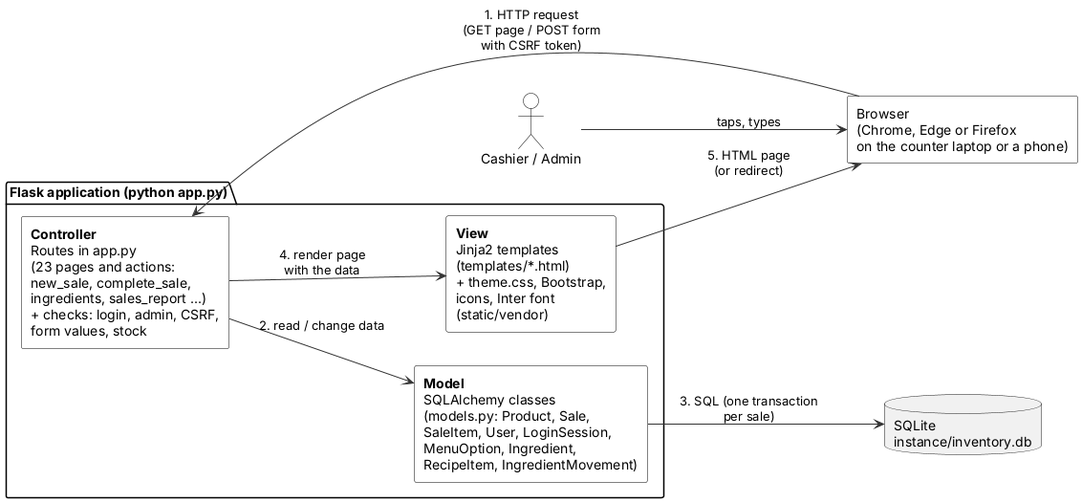
Earlier version of the PlantUML export diagrams/uml/26_architecture_mvc.png (JmlAsync/inventory-pos-system).
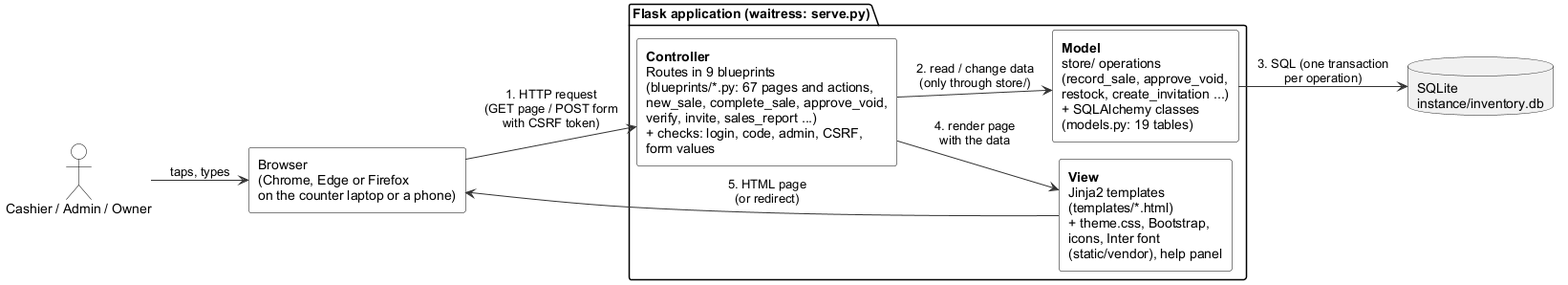
After the commit.

Change to the diagram source:
```diff
@@ -1,4 +1,5 @@
 @startuml
+!pragma layout smetana
 skinparam defaultFontName Arial
 skinparam shadowing false
 skinparam ArrowColor #333333
@@ -38,18 +39,18 @@
 hide circle
 
 left to right direction
-actor "Cashier / Admin" as person
+actor "Cashier / Admin / Owner" as person
 rectangle "Browser\n(Chrome, Edge or Firefox\non the counter laptop or a phone)" as browser
-package "Flask application (python app.py)" {
-  rectangle "<b>Controller</b>\nRoutes in app.py\n(23 pages and actions:\nnew_sale, complete_sale,\ningredients, sales_report ...)\n+ checks: login, admin, CSRF,\nform values, stock" as controller
-  rectangle "<b>View</b>\nJinja2 templates\n(templates/*.html)\n+ theme.css, Bootstrap,\nicons, Inter font\n(static/vendor)" as view
-  rectangle "<b>Model</b>\nSQLAlchemy classes\n(models.py: Product, Sale,\nSaleItem, User, LoginSession,\nMenuOption, Ingredient,\nRecipeItem, IngredientMovement)" as model
+package "Flask application (waitress: serve.py)" {
+  rectangle "<b>Controller</b>\nRoutes in 9 blueprints\n(blueprints/*.py: 67 pages and actions,\nnew_sale, complete_sale, approve_void,\nverify, invite, sales_report ...)\n+ checks: login, code, admin, CSRF,\nform values" as controller
+  rectangle "<b>View</b>\nJinja2 templates\n(templates/*.html)\n+ theme.css, Bootstrap,\nicons, Inter font\n(static/vendor), help panel" as view
+  rectangle "<b>Model</b>\nstore/ operations\n(record_sale, approve_void,\nrestock, create_invitation ...)\n+ SQLAlchemy classes\n(models.py: 19 tables)" as model
 }
 database "SQLite\ninstance/inventory.db" as db
 person --> browser : taps, types
 browser --> controller : 1. HTTP request\n(GET page / POST form\nwith CSRF token)
-controller --> model : 2. read / change data
-model --> db : 3. SQL (one transaction\nper sale)
+controller --> model : 2. read / change data\n(only through store/)
+model --> db : 3. SQL (one transaction\nper operation)
 controller --> view : 4. render page\nwith the data
 view --> browser : 5. HTML page\n(or redirect)
 @enduml
```
